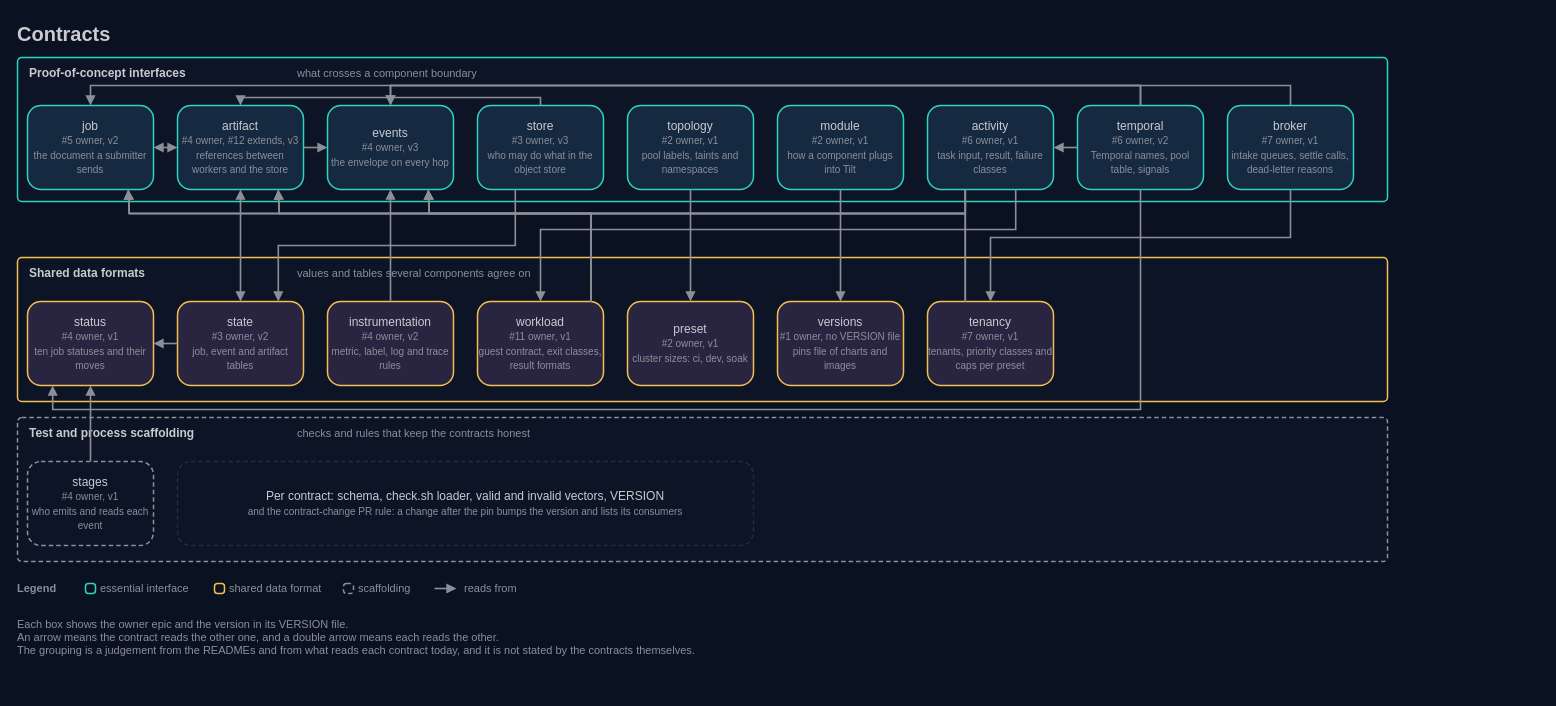
Earlier version of the draw.io diagram docs/architecture/15-contracts.drawio (AndoNorth/disyard). Source tidied: cells renumbered, new cells numbered last; positions are measured from the earlier drawing's top-left corner, leaving out a move shared by most shapes. Both pictures are drawn from the tidied source at 100%, with x=0, y=0 at pixel (17, 17).
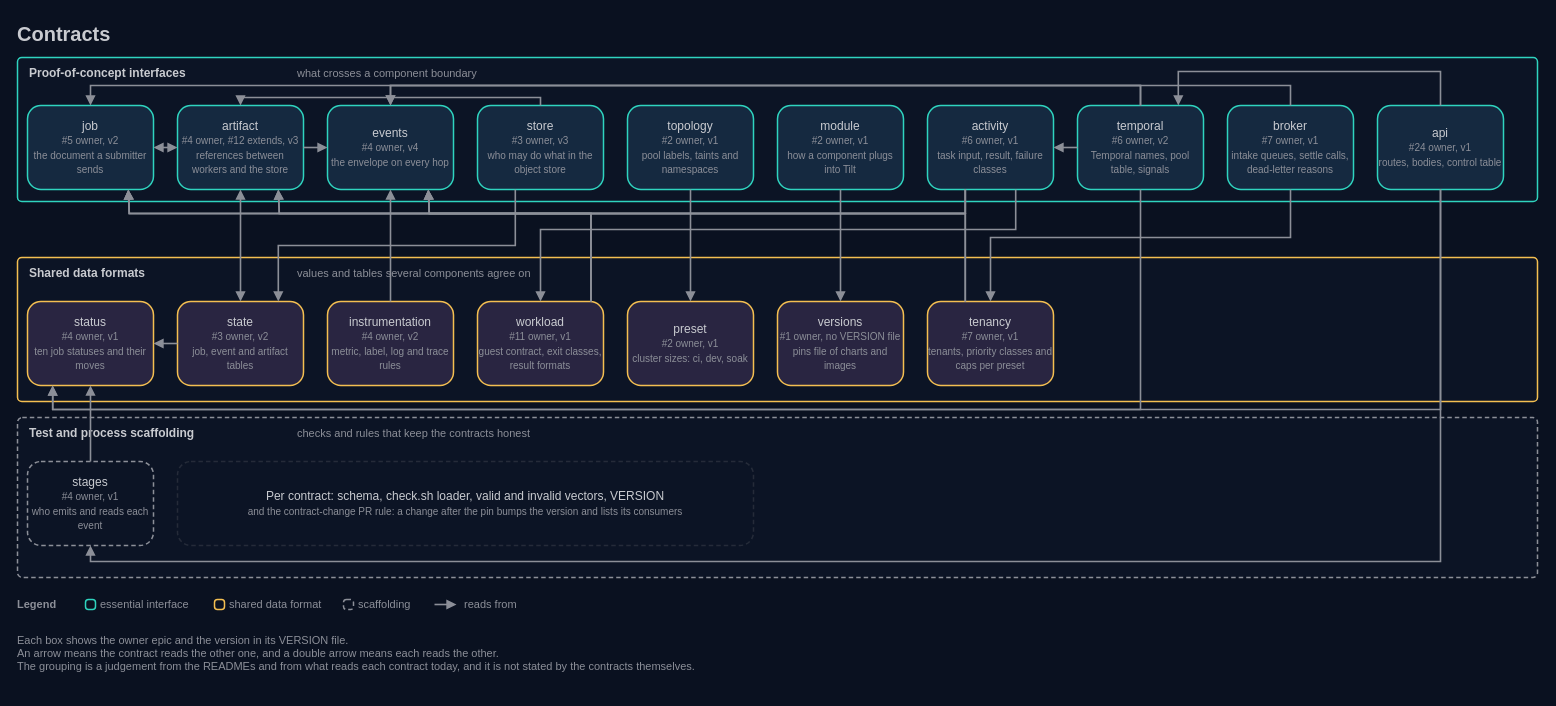
The same page after the edit.

The change refers to these unchanged cells:
```xml
<mxCell id="14" value="temporal&lt;br&gt;&lt;font color=&quot;#8c8f98&quot; style=&quot;font-size:10px&quot;&gt;#6 owner, v2&lt;br&gt;Temporal names, pool table, signals&lt;/font&gt;" style="rounded=1;arcSize=16;html=1;whiteSpace=wrap;fillColor=#152940;strokeColor=#2fd4bf;strokeWidth=1.5;fontColor=#c9cbd0;fontSize=12;fontFamily=IBM Plex Sans;align=center;verticalAlign=middle;" parent="1" vertex="1">
  <mxGeometry x="1060" y="88" width="126" height="84" as="geometry" />
</mxCell>
<mxCell id="20" value="status&lt;br&gt;&lt;font color=&quot;#8c8f98&quot; style=&quot;font-size:10px&quot;&gt;#4 owner, v1&lt;br&gt;ten job statuses and their moves&lt;/font&gt;" style="rounded=1;arcSize=16;html=1;whiteSpace=wrap;fillColor=#292541;strokeColor=#f4bf51;strokeWidth=1.5;fontColor=#c9cbd0;fontSize=12;fontFamily=IBM Plex Sans;align=center;verticalAlign=middle;" parent="1" vertex="1">
  <mxGeometry x="10" y="284" width="126" height="84" as="geometry" />
</mxCell>
<mxCell id="25" value="stages&lt;br&gt;&lt;font color=&quot;#8c8f98&quot; style=&quot;font-size:10px&quot;&gt;#4 owner, v1&lt;br&gt;who emits and reads each event&lt;/font&gt;" style="rounded=1;arcSize=16;html=1;whiteSpace=wrap;fillColor=#0c1425;strokeColor=#8c8f98;strokeWidth=1.5;dashed=1;dashPattern=3 2;fontColor=#c9cbd0;fontSize=12;fontFamily=IBM Plex Sans;align=center;verticalAlign=middle;" parent="1" vertex="1">
  <mxGeometry x="10" y="444" width="126" height="84" as="geometry" />
</mxCell>
```

Diff of the diagram source:
```diff
@@
     <mxCell id="2" value="Contracts" style="text;html=1;strokeColor=none;fillColor=none;align=left;verticalAlign=middle;whiteSpace=nowrap;fontColor=#c9cbd0;fontSize=20;fontStyle=1;fontFamily=IBM Plex Sans;spacing=0;" parent="1" vertex="1">
-      <mxGeometry width="1370" height="32" as="geometry" />
+      <mxGeometry width="1520" height="32" as="geometry" />
     </mxCell>
     <mxCell id="3" style="rounded=1;arcSize=3;html=1;whiteSpace=wrap;fillColor=#0c1425;strokeColor=#2fd4bf;strokeWidth=1.5;fontColor=#c9cbd0;fontSize=12;fontFamily=IBM Plex Sans;verticalAlign=top;align=left;" parent="1" vertex="1">
-      <mxGeometry y="40" width="1370" height="144" as="geometry" />
+      <mxGeometry y="40" width="1520" height="144" as="geometry" />
     </mxCell>
@@
     <mxCell id="6" style="rounded=1;arcSize=3;html=1;whiteSpace=wrap;fillColor=#0c1425;strokeColor=#f4bf51;strokeWidth=1.5;fontColor=#c9cbd0;fontSize=12;fontFamily=IBM Plex Sans;verticalAlign=top;align=left;" parent="1" vertex="1">
-      <mxGeometry y="240" width="1370" height="144" as="geometry" />
+      <mxGeometry y="240" width="1520" height="144" as="geometry" />
     </mxCell>
@@
     <mxCell id="9" style="rounded=1;arcSize=3;html=1;whiteSpace=wrap;fillColor=#0c1425;strokeColor=#8c8f98;strokeWidth=1.5;dashed=1;dashPattern=3 2;fontColor=#c9cbd0;fontSize=12;fontFamily=IBM Plex Sans;verticalAlign=top;align=left;" parent="1" vertex="1">
-      <mxGeometry y="400" width="1370" height="144" as="geometry" />
+      <mxGeometry y="400" width="1520" height="160" as="geometry" />
     </mxCell>
@@
-    <mxCell id="16" value="events&lt;br&gt;&lt;font color=&quot;#8c8f98&quot; style=&quot;font-size:10px&quot;&gt;#4 owner, v3&lt;br&gt;the envelope on every hop&lt;/font&gt;" style="rounded=1;arcSize=16;html=1;whiteSpace=wrap;fillColor=#152940;strokeColor=#2fd4bf;strokeWidth=1.5;fontColor=#c9cbd0;fontSize=12;fontFamily=IBM Plex Sans;align=center;verticalAlign=middle;" parent="1" vertex="1">
+    <mxCell id="16" value="events&lt;br&gt;&lt;font color=&quot;#8c8f98&quot; style=&quot;font-size:10px&quot;&gt;#4 owner, v4&lt;br&gt;the envelope on every hop&lt;/font&gt;" style="rounded=1;arcSize=16;html=1;whiteSpace=wrap;fillColor=#152940;strokeColor=#2fd4bf;strokeWidth=1.5;fontColor=#c9cbd0;fontSize=12;fontFamily=IBM Plex Sans;align=center;verticalAlign=middle;" parent="1" vertex="1">
       <mxGeometry x="310" y="88" width="126" height="84" as="geometry" />
     </mxCell>
@@
+    <mxCell id="65" value="api&lt;br&gt;&lt;font color=&quot;#8c8f98&quot; style=&quot;font-size:10px&quot;&gt;#24 owner, v1&lt;br&gt;routes, bodies, control table&lt;/font&gt;" style="rounded=1;arcSize=16;html=1;whiteSpace=wrap;fillColor=#152940;strokeColor=#2fd4bf;strokeWidth=1.5;fontColor=#c9cbd0;fontSize=12;fontFamily=IBM Plex Sans;align=center;verticalAlign=middle;" parent="1" vertex="1">
+      <mxGeometry x="1360" y="88" width="126" height="84" as="geometry" />
+    </mxCell>
+    <mxCell id="66" style="endArrow=block;endFill=1;startArrow=none;startFill=1;html=1;rounded=0;strokeColor=#8c8f98;strokeWidth=1.6;exitX=0.5;exitY=1;exitDx=0;exitDy=0;entryX=0.5;entryY=1;entryDx=0;entryDy=0;" parent="1" edge="1" source="65" target="25">
+      <mxGeometry relative="1" as="geometry">
+        <Array as="points">
+          <mxPoint x="1423" y="544" />
+          <mxPoint x="73" y="544" />
+        </Array>
+      </mxGeometry>
+    </mxCell>
+    <mxCell id="67" style="endArrow=block;endFill=1;startArrow=none;startFill=1;html=1;rounded=0;strokeColor=#8c8f98;strokeWidth=1.6;exitX=0.5;exitY=1;exitDx=0;exitDy=0;entryX=0.2;entryY=1;entryDx=0;entryDy=0;" parent="1" edge="1" source="65" target="20">
+      <mxGeometry relative="1" as="geometry">
+        <Array as="points">
+          <mxPoint x="1423" y="392" />
+          <mxPoint x="35.2" y="392" />
+        </Array>
+      </mxGeometry>
+    </mxCell>
+    <mxCell id="68" style="endArrow=block;endFill=1;startArrow=none;startFill=1;html=1;rounded=0;strokeColor=#8c8f98;strokeWidth=1.6;exitX=0.5;exitY=0;exitDx=0;exitDy=0;entryX=0.8;entryY=0;entryDx=0;entryDy=0;" parent="1" edge="1" source="65" target="14">
+      <mxGeometry relative="1" as="geometry">
+        <Array as="points">
+          <mxPoint x="1423" y="54" />
+          <mxPoint x="1160.8" y="54" />
+        </Array>
+      </mxGeometry>
+    </mxCell>
@@
     <mxCell id="55" value="Legend" style="text;html=1;strokeColor=none;fillColor=none;align=left;verticalAlign=middle;whiteSpace=nowrap;fontColor=#8c8f98;fontSize=11;fontStyle=1;fontFamily=IBM Plex Sans;spacing=0;" parent="1" vertex="1">
-      <mxGeometry y="562" width="60" height="18" as="geometry" />
+      <mxGeometry y="578" width="60" height="18" as="geometry" />
     </mxCell>
     <mxCell id="56" style="rounded=1;arcSize=30;html=1;fillColor=none;strokeColor=#2fd4bf;strokeWidth=1.5;" parent="1" vertex="1">
-      <mxGeometry x="68" y="566" width="10" height="10" as="geometry" />
+      <mxGeometry x="68" y="582" width="10" height="10" as="geometry" />
     </mxCell>
     <mxCell id="57" value="essential interface" style="text;html=1;strokeColor=none;fillColor=none;align=left;verticalAlign=middle;whiteSpace=nowrap;fontColor=#8c8f98;fontSize=11;fontFamily=IBM Plex Sans;spacing=0;" parent="1" vertex="1">
-      <mxGeometry x="83" y="562" width="100" height="18" as="geometry" />
+      <mxGeometry x="83" y="578" width="100" height="18" as="geometry" />
     </mxCell>
     <mxCell id="58" style="rounded=1;arcSize=30;html=1;fillColor=none;strokeColor=#f4bf51;strokeWidth=1.5;" parent="1" vertex="1">
-      <mxGeometry x="197" y="566" width="10" height="10" as="geometry" />
+      <mxGeometry x="197" y="582" width="10" height="10" as="geometry" />
     </mxCell>
     <mxCell id="59" value="shared data format" style="text;html=1;strokeColor=none;fillColor=none;align=left;verticalAlign=middle;whiteSpace=nowrap;fontColor=#8c8f98;fontSize=11;fontFamily=IBM Plex Sans;spacing=0;" parent="1" vertex="1">
-      <mxGeometry x="212" y="562" width="100" height="18" as="geometry" />
+      <mxGeometry x="212" y="578" width="100" height="18" as="geometry" />
     </mxCell>
     <mxCell id="60" style="rounded=1;arcSize=30;html=1;fillColor=none;strokeColor=#8c8f98;strokeWidth=1.5;dashed=1;dashPattern=3 2;" parent="1" vertex="1">
-      <mxGeometry x="326" y="566" width="10" height="10" as="geometry" />
+      <mxGeometry x="326" y="582" width="10" height="10" as="geometry" />
     </mxCell>
     <mxCell id="61" value="scaffolding" style="text;html=1;strokeColor=none;fillColor=none;align=left;verticalAlign=middle;whiteSpace=nowrap;fontColor=#8c8f98;fontSize=11;fontFamily=IBM Plex Sans;spacing=0;" parent="1" vertex="1">
-      <mxGeometry x="341" y="562" width="62" height="18" as="geometry" />
+      <mxGeometry x="341" y="578" width="62" height="18" as="geometry" />
     </mxCell>
     <mxCell id="62" style="endArrow=block;endFill=1;html=1;rounded=0;strokeColor=#8c8f98;strokeWidth=1.6;" parent="1" edge="1">
       <mxGeometry relative="1" as="geometry">
-        <mxPoint x="417" y="571" as="sourcePoint" />
-        <mxPoint x="439" y="571" as="targetPoint" />
+        <mxPoint x="417" y="587" as="sourcePoint" />
+        <mxPoint x="439" y="587" as="targetPoint" />
       </mxGeometry>
     </mxCell>
     <mxCell id="63" value="reads from" style="text;html=1;strokeColor=none;fillColor=none;align=left;verticalAlign=middle;whiteSpace=nowrap;fontColor=#8c8f98;fontSize=11;fontFamily=IBM Plex Sans;spacing=0;" parent="1" vertex="1">
-      <mxGeometry x="447" y="562" width="70" height="18" as="geometry" />
+      <mxGeometry x="447" y="578" width="70" height="18" as="geometry" />
     </mxCell>
     <mxCell id="64" value="Each box shows the owner epic and the version in its VERSION file.&lt;br&gt;An arrow means the contract reads the other one, and a double arrow means each reads the other.&lt;br&gt;The grouping is a judgement from the READMEs and from what reads each contract today, and it is not stated by the contracts themselves." style="text;html=1;strokeColor=none;fillColor=none;align=left;verticalAlign=top;whiteSpace=wrap;fontColor=#8c8f98;fontSize=11;fontFamily=IBM Plex Sans;spacing=0;" parent="1" vertex="1">
-      <mxGeometry y="596" width="1370" height="60" as="geometry" />
+      <mxGeometry y="612" width="1520" height="60" as="geometry" />
     </mxCell>
```
